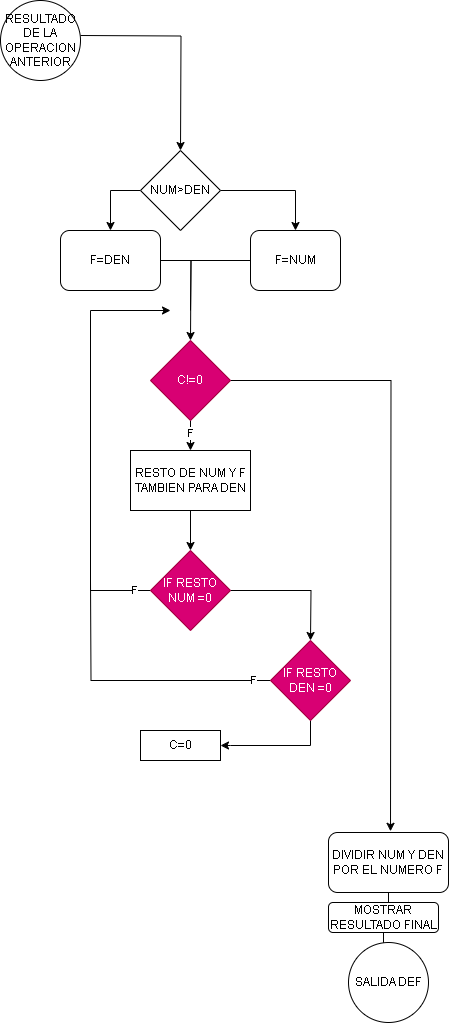
The draw.io diagram diagrama_flujo/def_mcd.drawio.png in Shadwws/ESTEEE, before a commit. Source tidied: cells renumbered, new cells last; positions are measured from the earlier drawing's top-left corner, leaving out a move shared by most shapes.
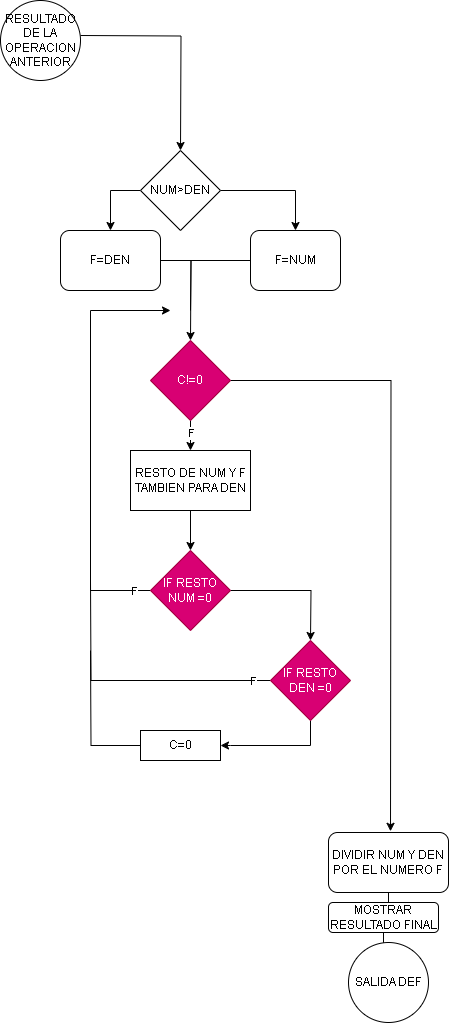
The same file after the commit.

Commit message:
arreglo mcd

What changed in the source:
```diff
@@ -117,6 +117,11 @@
     <mxCell id="29" value="MOSTRAR RESULTADO FINAL" style="rounded=1;whiteSpace=wrap;html=1;" parent="1" vertex="1">
       <mxGeometry x="328" y="902" width="110" height="30" as="geometry" />
     </mxCell>
+    <mxCell id="31" style="edgeStyle=orthogonalEdgeStyle;rounded=0;jettySize=auto;html=1;endArrow=none;endFill=0;" parent="1" edge="1" source="30">
+      <mxGeometry relative="1" as="geometry">
+        <mxPoint x="90" y="650" as="targetPoint" />
+      </mxGeometry>
+    </mxCell>
     <mxCell id="30" value="C=0" style="rounded=0;whiteSpace=wrap;html=1;" parent="1" vertex="1">
       <mxGeometry x="140" y="730" width="80" height="30" as="geometry" />
     </mxCell>
```
